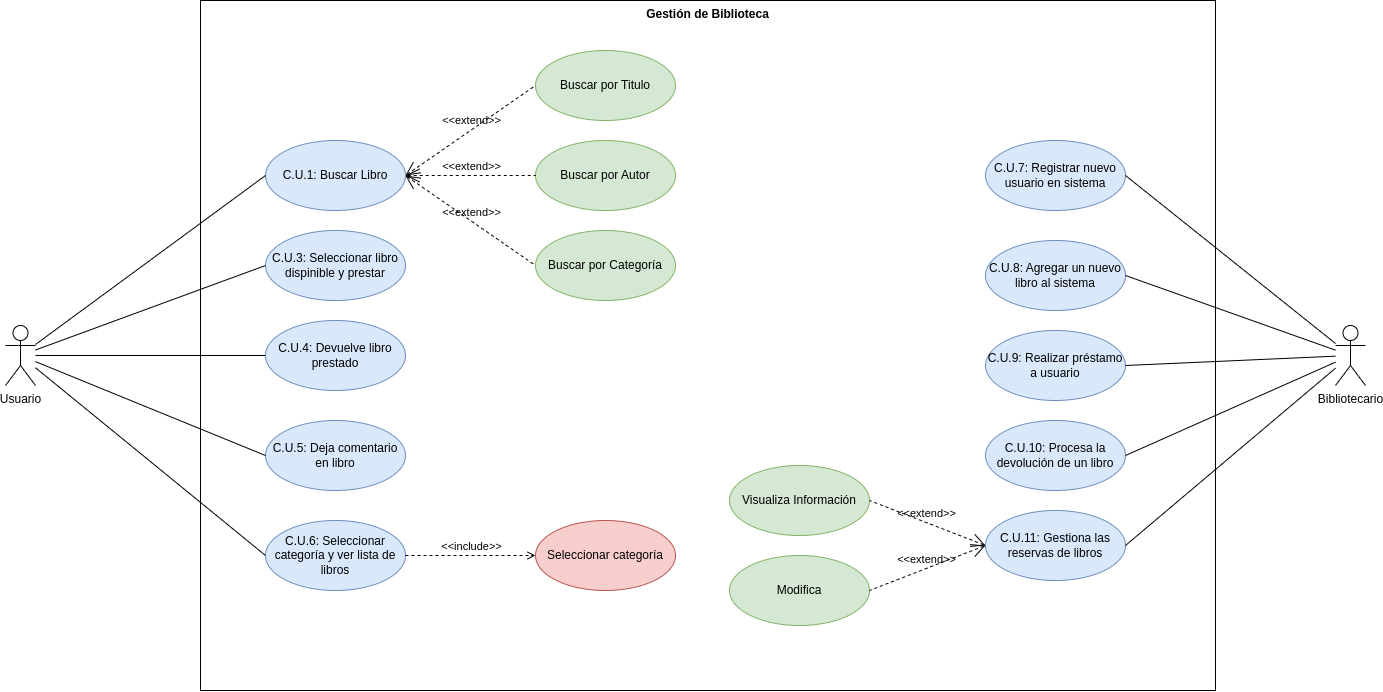
Earlier version of the draw.io export diagramas/diagrama_CasosUso/img/DiagramaCasosUso.png (PeterMartEsc/proyecto_biblioteca). Source tidied: cells renumbered, new cells last; positions are measured from the earlier drawing's top-left corner, leaving out a move shared by most shapes.
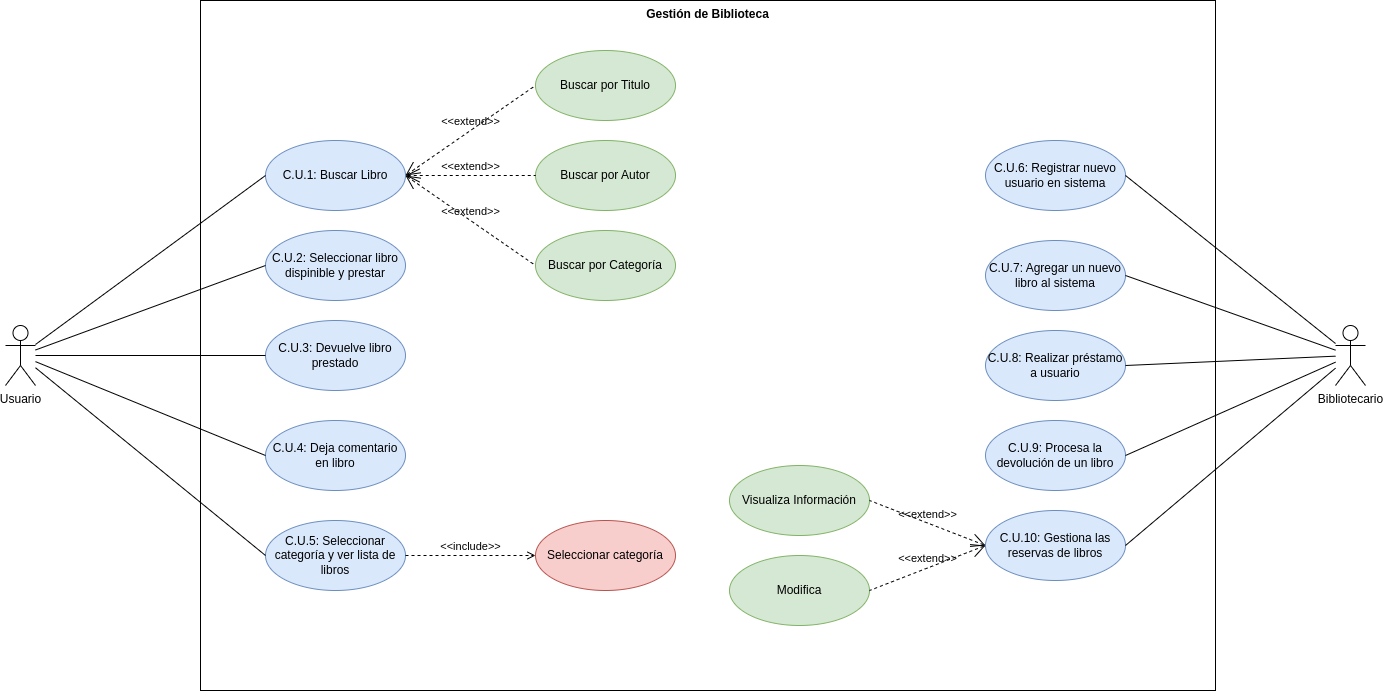
The same file after the commit.

Change to the diagram source:
```diff
@@ -5,31 +5,31 @@
     <mxCell id="2" value="C.U.1: Buscar Libro" style="ellipse;whiteSpace=wrap;html=1;fillColor=#dae8fc;strokeColor=#6c8ebf;" parent="1" vertex="1">
       <mxGeometry x="260" y="140" width="140" height="70" as="geometry" />
     </mxCell>
-    <mxCell id="3" value="C.U.3: Seleccionar libro dispinible y prestar" style="ellipse;whiteSpace=wrap;html=1;fillColor=#dae8fc;strokeColor=#6c8ebf;" parent="1" vertex="1">
+    <mxCell id="3" value="C.U.2: Seleccionar libro dispinible y prestar" style="ellipse;whiteSpace=wrap;html=1;fillColor=#dae8fc;strokeColor=#6c8ebf;" parent="1" vertex="1">
       <mxGeometry x="260" y="230" width="140" height="70" as="geometry" />
     </mxCell>
-    <mxCell id="4" value="C.U.4: Devuelve libro prestado" style="ellipse;whiteSpace=wrap;html=1;fillColor=#dae8fc;strokeColor=#6c8ebf;" parent="1" vertex="1">
+    <mxCell id="4" value="C.U.3: Devuelve libro prestado" style="ellipse;whiteSpace=wrap;html=1;fillColor=#dae8fc;strokeColor=#6c8ebf;" parent="1" vertex="1">
       <mxGeometry x="260" y="320" width="140" height="70" as="geometry" />
     </mxCell>
-    <mxCell id="5" value="C.U.5: Deja comentario en libro" style="ellipse;whiteSpace=wrap;html=1;fillColor=#dae8fc;strokeColor=#6c8ebf;" parent="1" vertex="1">
+    <mxCell id="5" value="C.U.4: Deja comentario en libro" style="ellipse;whiteSpace=wrap;html=1;fillColor=#dae8fc;strokeColor=#6c8ebf;" parent="1" vertex="1">
       <mxGeometry x="260" y="420" width="140" height="70" as="geometry" />
     </mxCell>
-    <mxCell id="6" value="C.U.6: Seleccionar categoría y ver lista de libros" style="ellipse;whiteSpace=wrap;html=1;fillColor=#dae8fc;strokeColor=#6c8ebf;" parent="1" vertex="1">
+    <mxCell id="6" value="C.U.5: Seleccionar categoría y ver lista de libros" style="ellipse;whiteSpace=wrap;html=1;fillColor=#dae8fc;strokeColor=#6c8ebf;" parent="1" vertex="1">
       <mxGeometry x="260" y="520" width="140" height="70" as="geometry" />
     </mxCell>
-    <mxCell id="7" value="C.U.7: Registrar nuevo usuario en sistema" style="ellipse;whiteSpace=wrap;html=1;fillColor=#dae8fc;strokeColor=#6c8ebf;" parent="1" vertex="1">
+    <mxCell id="7" value="C.U.6: Registrar nuevo usuario en sistema" style="ellipse;whiteSpace=wrap;html=1;fillColor=#dae8fc;strokeColor=#6c8ebf;" parent="1" vertex="1">
       <mxGeometry x="980" y="140" width="140" height="70" as="geometry" />
     </mxCell>
-    <mxCell id="8" value="C.U.8: Agregar un nuevo libro al sistema" style="ellipse;whiteSpace=wrap;html=1;fillColor=#dae8fc;strokeColor=#6c8ebf;" parent="1" vertex="1">
+    <mxCell id="8" value="C.U.7: Agregar un nuevo libro al sistema" style="ellipse;whiteSpace=wrap;html=1;fillColor=#dae8fc;strokeColor=#6c8ebf;" parent="1" vertex="1">
       <mxGeometry x="980" y="240" width="140" height="70" as="geometry" />
     </mxCell>
-    <mxCell id="9" value="C.U.9: Realizar préstamo a usuario" style="ellipse;whiteSpace=wrap;html=1;fillColor=#dae8fc;strokeColor=#6c8ebf;" parent="1" vertex="1">
+    <mxCell id="9" value="C.U.8: Realizar préstamo a usuario" style="ellipse;whiteSpace=wrap;html=1;fillColor=#dae8fc;strokeColor=#6c8ebf;" parent="1" vertex="1">
       <mxGeometry x="980" y="330" width="140" height="70" as="geometry" />
     </mxCell>
-    <mxCell id="10" value="C.U.10: Procesa la devolución de un libro" style="ellipse;whiteSpace=wrap;html=1;fillColor=#dae8fc;strokeColor=#6c8ebf;" parent="1" vertex="1">
+    <mxCell id="10" value="C.U.9: Procesa la devolución de un libro" style="ellipse;whiteSpace=wrap;html=1;fillColor=#dae8fc;strokeColor=#6c8ebf;" parent="1" vertex="1">
       <mxGeometry x="980" y="420" width="140" height="70" as="geometry" />
     </mxCell>
-    <mxCell id="11" value="C.U.11: Gestiona las reservas de libros" style="ellipse;whiteSpace=wrap;html=1;fillColor=#dae8fc;strokeColor=#6c8ebf;" parent="1" vertex="1">
+    <mxCell id="11" value="C.U.10: Gestiona las reservas de libros" style="ellipse;whiteSpace=wrap;html=1;fillColor=#dae8fc;strokeColor=#6c8ebf;" parent="1" vertex="1">
       <mxGeometry x="980" y="510" width="140" height="70" as="geometry" />
     </mxCell>
     <mxCell id="12" style="rounded=0;jettySize=auto;html=1;entryX=0;entryY=0.5;entryDx=0;entryDy=0;endArrow=none;endFill=0;" parent="1" edge="1" source="17" target="2">
```
